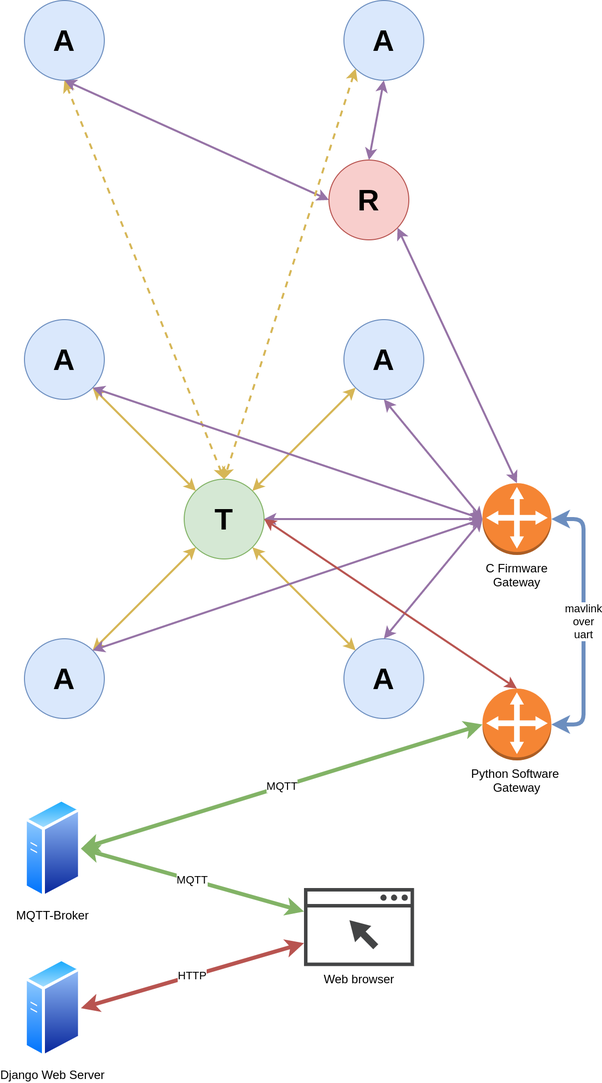
Above: reports/06_result/img/system_overview.png in tuannv-github/uwb-ips (draw.io), before the change. Source tidied: cells renumbered, new cells last; positions are measured from the earlier drawing's top-left corner, leaving out a move shared by most shapes.
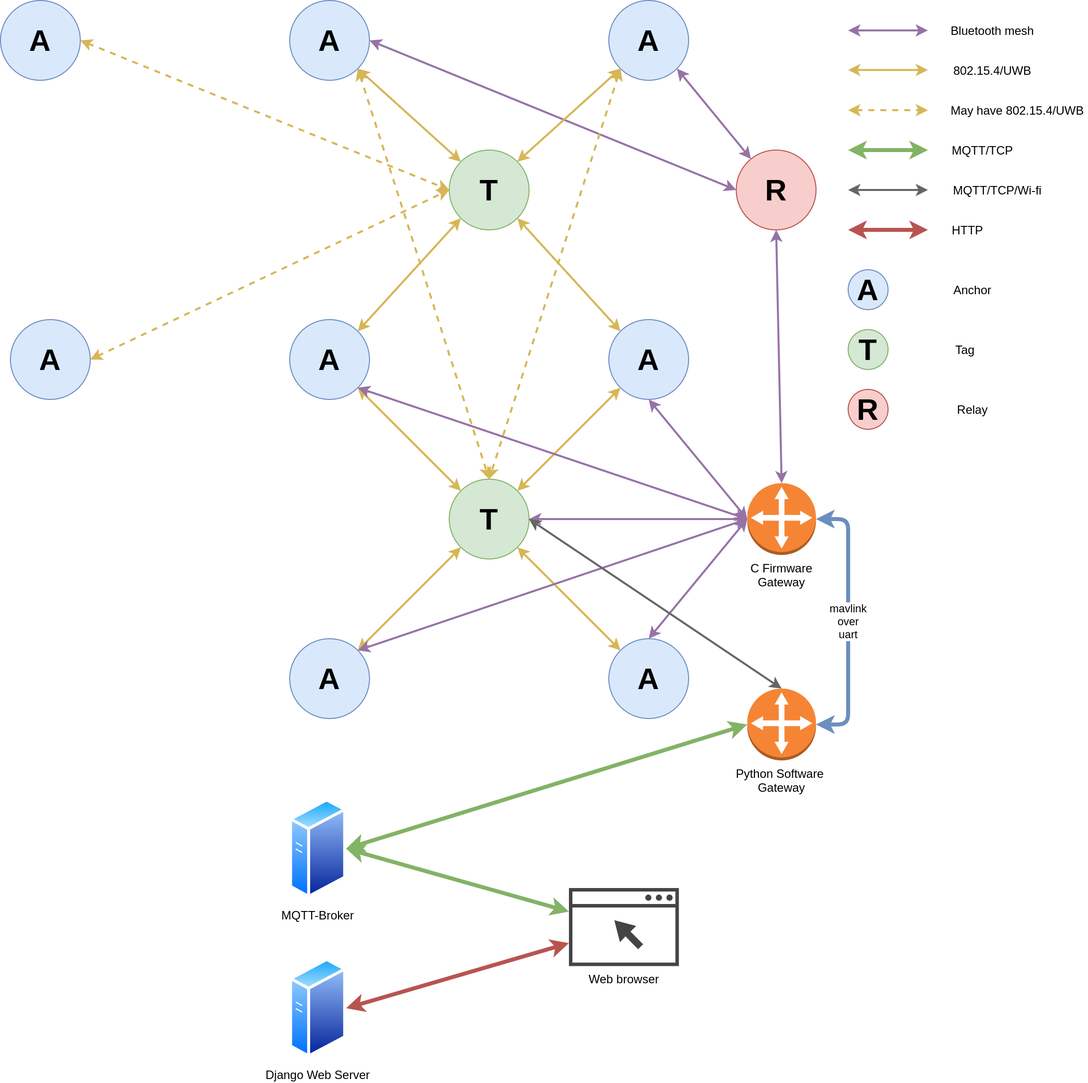
Above is the later version.

Diff of the diagram source:
```diff
@@ -22,16 +22,16 @@
     <mxCell id="6" value="&lt;span&gt;C Firmware&lt;/span&gt;&lt;br&gt;&lt;span&gt;Gateway&lt;/span&gt;" style="outlineConnect=0;dashed=0;verticalLabelPosition=bottom;verticalAlign=top;align=center;html=1;shape=mxgraph.aws3.customer_gateway;fillColor=#F58534;gradientColor=none;" parent="1" vertex="1">
       <mxGeometry x="458.8" y="484" width="69" height="72" as="geometry" />
     </mxCell>
-    <mxCell id="7" value="MQTT" style="endArrow=classic;startArrow=classic;html=1;entryX=1;entryY=0.5;entryDx=0;entryDy=0;fillColor=#d5e8d4;strokeColor=#82b366;strokeWidth=4;exitX=0;exitY=0.5;exitDx=0;exitDy=0;exitPerimeter=0;" parent="1" edge="1" source="4" target="3">
-      <mxGeometry relative="1" as="geometry" />
+    <mxCell id="7" style="endArrow=classic;startArrow=classic;html=1;entryX=1;entryY=0.5;entryDx=0;entryDy=0;fillColor=#d5e8d4;strokeColor=#82b366;strokeWidth=4;exitX=0;exitY=0.5;exitDx=0;exitDy=0;exitPerimeter=0;" parent="1" edge="1" source="4" target="3">
+      <mxGeometry x="-0.05" y="5" relative="1" as="geometry" />
     </mxCell>
     <mxCell id="8" value="Django Web Server" style="perimeter=ellipsePerimeter;html=1;align=center;shadow=0;dashed=0;spacingTop=3;image;image=img/lib/active_directory/generic_server.svg;" parent="1" vertex="1">
       <mxGeometry y="960" width="56.6" height="101" as="geometry" />
     </mxCell>
-    <mxCell id="9" value="HTTP" style="endArrow=classic;startArrow=classic;html=1;exitX=1;exitY=0.5;exitDx=0;exitDy=0;fillColor=#f8cecc;strokeColor=#b85450;strokeWidth=4;" parent="1" edge="1" source="8" target="5">
+    <mxCell id="9" style="endArrow=classic;startArrow=classic;html=1;exitX=1;exitY=0.5;exitDx=0;exitDy=0;fillColor=#f8cecc;strokeColor=#b85450;strokeWidth=4;" parent="1" edge="1" source="8" target="5">
       <mxGeometry relative="1" as="geometry" />
     </mxCell>
-    <mxCell id="10" value="MQTT" style="endArrow=classic;startArrow=classic;html=1;entryX=1;entryY=0.5;entryDx=0;entryDy=0;fillColor=#d5e8d4;strokeColor=#82b366;strokeWidth=4;" parent="1" edge="1" source="5" target="3">
+    <mxCell id="10" style="endArrow=classic;startArrow=classic;html=1;entryX=1;entryY=0.5;entryDx=0;entryDy=0;fillColor=#d5e8d4;strokeColor=#82b366;strokeWidth=4;" parent="1" edge="1" source="5" target="3">
       <mxGeometry relative="1" as="geometry" />
     </mxCell>
     <mxCell id="11" value="&lt;font style=&quot;font-size: 30px&quot;&gt;&lt;b&gt;A&lt;/b&gt;&lt;/font&gt;" style="ellipse;whiteSpace=wrap;html=1;fillColor=#dae8fc;strokeColor=#6c8ebf;" parent="1" vertex="1">
@@ -64,14 +64,14 @@
     <mxCell id="20" style="endArrow=classic;startArrow=classic;html=1;exitX=1;exitY=1;exitDx=0;exitDy=0;entryX=0;entryY=0;entryDx=0;entryDy=0;fillColor=#fff2cc;strokeColor=#d6b656;strokeWidth=2;" parent="1" edge="1" source="12" target="14">
       <mxGeometry relative="1" as="geometry" />
     </mxCell>
-    <mxCell id="21" style="endArrow=classic;startArrow=classic;html=1;exitX=0.5;exitY=1;exitDx=0;exitDy=0;entryX=0.5;entryY=0;entryDx=0;entryDy=0;fillColor=#fff2cc;strokeColor=#d6b656;strokeWidth=2;dashed=1;" parent="1" edge="1" source="16" target="12">
+    <mxCell id="21" style="endArrow=classic;startArrow=classic;html=1;exitX=1;exitY=1;exitDx=0;exitDy=0;entryX=0.5;entryY=0;entryDx=0;entryDy=0;fillColor=#fff2cc;strokeColor=#d6b656;strokeWidth=2;dashed=1;" parent="1" edge="1" source="16" target="12">
       <mxGeometry relative="1" as="geometry" />
     </mxCell>
     <mxCell id="22" value="&lt;font style=&quot;font-size: 30px&quot;&gt;&lt;b&gt;A&lt;/b&gt;&lt;/font&gt;" style="ellipse;whiteSpace=wrap;html=1;fillColor=#dae8fc;strokeColor=#6c8ebf;" parent="1" vertex="1">
       <mxGeometry x="320" width="80" height="80" as="geometry" />
     </mxCell>
     <mxCell id="23" value="&lt;font style=&quot;font-size: 30px&quot;&gt;&lt;b&gt;R&lt;/b&gt;&lt;/font&gt;" style="ellipse;whiteSpace=wrap;html=1;fillColor=#f8cecc;strokeColor=#b85450;" parent="1" vertex="1">
-      <mxGeometry x="305" y="160" width="80" height="80" as="geometry" />
+      <mxGeometry x="447.8" y="150" width="80" height="80" as="geometry" />
     </mxCell>
     <mxCell id="24" style="endArrow=classic;startArrow=classic;html=1;entryX=1;entryY=1;entryDx=0;entryDy=0;exitX=0;exitY=0.5;exitDx=0;exitDy=0;exitPerimeter=0;fillColor=#e1d5e7;strokeColor=#9673a6;strokeWidth=2;" parent="1" edge="1" source="6" target="11">
       <mxGeometry relative="1" as="geometry" />
@@ -88,20 +88,119 @@
     <mxCell id="28" style="endArrow=classic;startArrow=classic;html=1;entryX=0;entryY=0.5;entryDx=0;entryDy=0;fillColor=#e1d5e7;strokeColor=#9673a6;exitX=0.5;exitY=0;exitDx=0;exitDy=0;entryPerimeter=0;strokeWidth=2;" parent="1" edge="1" source="14" target="6">
       <mxGeometry relative="1" as="geometry" />
     </mxCell>
-    <mxCell id="29" style="endArrow=classic;startArrow=classic;html=1;entryX=1;entryY=1;entryDx=0;entryDy=0;fillColor=#e1d5e7;strokeColor=#9673a6;exitX=0.5;exitY=0;exitDx=0;exitDy=0;exitPerimeter=0;strokeWidth=2;" parent="1" edge="1" source="6" target="23">
+    <mxCell id="29" style="endArrow=classic;startArrow=classic;html=1;entryX=0.5;entryY=1;entryDx=0;entryDy=0;fillColor=#e1d5e7;strokeColor=#9673a6;exitX=0.5;exitY=0;exitDx=0;exitDy=0;exitPerimeter=0;strokeWidth=2;" parent="1" edge="1" source="6" target="23">
       <mxGeometry relative="1" as="geometry" />
     </mxCell>
-    <mxCell id="30" style="endArrow=classic;startArrow=classic;html=1;entryX=0.5;entryY=1;entryDx=0;entryDy=0;fillColor=#e1d5e7;strokeColor=#9673a6;exitX=0;exitY=0.5;exitDx=0;exitDy=0;strokeWidth=2;" parent="1" edge="1" source="23" target="16">
+    <mxCell id="30" style="endArrow=classic;startArrow=classic;html=1;entryX=1;entryY=0.5;entryDx=0;entryDy=0;fillColor=#e1d5e7;strokeColor=#9673a6;exitX=0;exitY=0.5;exitDx=0;exitDy=0;strokeWidth=2;" parent="1" edge="1" source="23" target="16">
       <mxGeometry relative="1" as="geometry" />
     </mxCell>
-    <mxCell id="31" style="endArrow=classic;startArrow=classic;html=1;entryX=0.5;entryY=1;entryDx=0;entryDy=0;fillColor=#e1d5e7;strokeColor=#9673a6;exitX=0.5;exitY=0;exitDx=0;exitDy=0;strokeWidth=2;" parent="1" edge="1" source="23" target="22">
+    <mxCell id="31" style="endArrow=classic;startArrow=classic;html=1;entryX=1;entryY=1;entryDx=0;entryDy=0;fillColor=#e1d5e7;strokeColor=#9673a6;strokeWidth=2;" parent="1" edge="1" source="23" target="22">
       <mxGeometry relative="1" as="geometry" />
     </mxCell>
     <mxCell id="32" style="endArrow=classic;startArrow=classic;html=1;exitX=0;exitY=1;exitDx=0;exitDy=0;fillColor=#fff2cc;strokeColor=#d6b656;entryX=0.5;entryY=0;entryDx=0;entryDy=0;strokeWidth=2;dashed=1;" parent="1" edge="1" source="22" target="12">
       <mxGeometry relative="1" as="geometry" />
     </mxCell>
-    <mxCell id="33" style="endArrow=classic;startArrow=classic;html=1;strokeWidth=2;exitX=0.5;exitY=0;exitDx=0;exitDy=0;exitPerimeter=0;entryX=1;entryY=0.5;entryDx=0;entryDy=0;fillColor=#f8cecc;strokeColor=#b85450;" parent="1" edge="1" source="4" target="12">
+    <mxCell id="33" style="endArrow=classic;startArrow=classic;html=1;strokeWidth=2;exitX=0.5;exitY=0;exitDx=0;exitDy=0;exitPerimeter=0;entryX=1;entryY=0.5;entryDx=0;entryDy=0;fillColor=#f5f5f5;strokeColor=#666666;" parent="1" edge="1" source="4" target="12">
       <mxGeometry relative="1" as="geometry" />
     </mxCell>
+    <mxCell id="34" value="&lt;font style=&quot;font-size: 30px&quot;&gt;&lt;b&gt;T&lt;/b&gt;&lt;/font&gt;" style="ellipse;whiteSpace=wrap;html=1;fillColor=#d5e8d4;strokeColor=#82b366;" parent="1" vertex="1">
+      <mxGeometry x="160" y="150" width="80" height="80" as="geometry" />
+    </mxCell>
+    <mxCell id="35" style="endArrow=classic;startArrow=classic;html=1;exitX=1;exitY=1;exitDx=0;exitDy=0;fillColor=#fff2cc;strokeColor=#d6b656;strokeWidth=2;entryX=0;entryY=0;entryDx=0;entryDy=0;" parent="1" edge="1" source="16" target="34">
+      <mxGeometry relative="1" as="geometry" />
+    </mxCell>
+    <mxCell id="36" style="endArrow=classic;startArrow=classic;html=1;exitX=0;exitY=1;exitDx=0;exitDy=0;fillColor=#fff2cc;strokeColor=#d6b656;strokeWidth=2;entryX=1;entryY=0;entryDx=0;entryDy=0;" parent="1" edge="1" source="22" target="34">
+      <mxGeometry relative="1" as="geometry" />
+    </mxCell>
+    <mxCell id="37" style="endArrow=classic;startArrow=classic;html=1;exitX=1;exitY=0;exitDx=0;exitDy=0;fillColor=#fff2cc;strokeColor=#d6b656;strokeWidth=2;entryX=0;entryY=1;entryDx=0;entryDy=0;" parent="1" edge="1" source="11" target="34">
+      <mxGeometry relative="1" as="geometry" />
+    </mxCell>
+    <mxCell id="38" style="endArrow=classic;startArrow=classic;html=1;exitX=0;exitY=0;exitDx=0;exitDy=0;fillColor=#fff2cc;strokeColor=#d6b656;strokeWidth=2;entryX=1;entryY=1;entryDx=0;entryDy=0;" parent="1" edge="1" source="15" target="34">
+      <mxGeometry relative="1" as="geometry" />
+    </mxCell>
+    <mxCell id="39" style="endArrow=classic;startArrow=classic;html=1;fillColor=#e1d5e7;strokeColor=#9673a6;strokeWidth=2;" parent="1" edge="1">
+      <mxGeometry relative="1" as="geometry">
+        <mxPoint x="640" y="30" as="sourcePoint" />
+        <mxPoint x="560" y="30" as="targetPoint" />
+      </mxGeometry>
+    </mxCell>
+    <mxCell id="40" value="Bluetooth mesh" style="text;html=1;strokeColor=none;fillColor=none;align=center;verticalAlign=middle;whiteSpace=wrap;rounded=0;" parent="1" vertex="1">
+      <mxGeometry x="660" y="20" width="90" height="20" as="geometry" />
+    </mxCell>
+    <mxCell id="41" value="802.15.4/UWB" style="text;html=1;strokeColor=none;fillColor=none;align=center;verticalAlign=middle;whiteSpace=wrap;rounded=0;" parent="1" vertex="1">
+      <mxGeometry x="660" y="60" width="90" height="20" as="geometry" />
+    </mxCell>
+    <mxCell id="42" style="endArrow=classic;startArrow=classic;html=1;fillColor=#fff2cc;strokeColor=#d6b656;strokeWidth=2;" parent="1" edge="1">
+      <mxGeometry relative="1" as="geometry">
+        <mxPoint x="640" y="69.7" as="sourcePoint" />
+        <mxPoint x="560" y="69.7" as="targetPoint" />
+      </mxGeometry>
+    </mxCell>
+    <mxCell id="43" style="endArrow=classic;startArrow=classic;html=1;fillColor=#d5e8d4;strokeColor=#82b366;strokeWidth=4;" parent="1" edge="1">
+      <mxGeometry relative="1" as="geometry">
+        <mxPoint x="640" y="150" as="sourcePoint" />
+        <mxPoint x="560" y="150" as="targetPoint" />
+      </mxGeometry>
+    </mxCell>
+    <mxCell id="44" value="MQTT/TCP" style="text;html=1;strokeColor=none;fillColor=none;align=center;verticalAlign=middle;whiteSpace=wrap;rounded=0;" parent="1" vertex="1">
+      <mxGeometry x="660" y="140" width="70" height="20" as="geometry" />
+    </mxCell>
+    <mxCell id="45" style="endArrow=classic;startArrow=classic;html=1;strokeWidth=2;fillColor=#f5f5f5;strokeColor=#666666;" parent="1" edge="1">
+      <mxGeometry relative="1" as="geometry">
+        <mxPoint x="640" y="190" as="sourcePoint" />
+        <mxPoint x="560" y="190" as="targetPoint" />
+      </mxGeometry>
+    </mxCell>
+    <mxCell id="46" value="MQTT/TCP/Wi-fi" style="text;html=1;strokeColor=none;fillColor=none;align=center;verticalAlign=middle;whiteSpace=wrap;rounded=0;" parent="1" vertex="1">
+      <mxGeometry x="660" y="180" width="100" height="20" as="geometry" />
+    </mxCell>
+    <mxCell id="47" style="endArrow=classic;startArrow=classic;html=1;fillColor=#fff2cc;strokeColor=#d6b656;strokeWidth=2;dashed=1;" parent="1" edge="1">
+      <mxGeometry relative="1" as="geometry">
+        <mxPoint x="560" y="110" as="sourcePoint" />
+        <mxPoint x="640" y="110" as="targetPoint" />
+      </mxGeometry>
+    </mxCell>
+    <mxCell id="48" value="May have 802.15.4/UWB" style="text;html=1;strokeColor=none;fillColor=none;align=center;verticalAlign=middle;whiteSpace=wrap;rounded=0;" parent="1" vertex="1">
+      <mxGeometry x="660" y="100" width="140" height="20" as="geometry" />
+    </mxCell>
+    <mxCell id="49" style="endArrow=classic;startArrow=classic;html=1;fillColor=#f8cecc;strokeColor=#b85450;strokeWidth=4;" parent="1" edge="1">
+      <mxGeometry relative="1" as="geometry">
+        <mxPoint x="640" y="230" as="sourcePoint" />
+        <mxPoint x="560" y="230" as="targetPoint" />
+      </mxGeometry>
+    </mxCell>
+    <mxCell id="50" value="HTTP" style="text;html=1;strokeColor=none;fillColor=none;align=center;verticalAlign=middle;whiteSpace=wrap;rounded=0;" parent="1" vertex="1">
+      <mxGeometry x="660" y="220" width="40" height="20" as="geometry" />
+    </mxCell>
+    <mxCell id="51" value="&lt;font style=&quot;font-size: 30px&quot;&gt;&lt;b&gt;A&lt;/b&gt;&lt;/font&gt;" style="ellipse;whiteSpace=wrap;html=1;fillColor=#dae8fc;strokeColor=#6c8ebf;" parent="1" vertex="1">
+      <mxGeometry x="560" y="270" width="40" height="40" as="geometry" />
+    </mxCell>
+    <mxCell id="52" value="Anchor" style="text;html=1;strokeColor=none;fillColor=none;align=center;verticalAlign=middle;whiteSpace=wrap;rounded=0;" parent="1" vertex="1">
+      <mxGeometry x="660" y="280" width="50" height="20" as="geometry" />
+    </mxCell>
+    <mxCell id="53" value="&lt;font style=&quot;font-size: 30px&quot;&gt;&lt;b&gt;T&lt;/b&gt;&lt;/font&gt;" style="ellipse;whiteSpace=wrap;html=1;fillColor=#d5e8d4;strokeColor=#82b366;" parent="1" vertex="1">
+      <mxGeometry x="560" y="330" width="40" height="40" as="geometry" />
+    </mxCell>
+    <mxCell id="54" value="Tag" style="text;html=1;strokeColor=none;fillColor=none;align=center;verticalAlign=middle;whiteSpace=wrap;rounded=0;" parent="1" vertex="1">
+      <mxGeometry x="660" y="340" width="35" height="20" as="geometry" />
+    </mxCell>
+    <mxCell id="55" value="&lt;font style=&quot;font-size: 30px&quot;&gt;&lt;b&gt;R&lt;/b&gt;&lt;/font&gt;" style="ellipse;whiteSpace=wrap;html=1;fillColor=#f8cecc;strokeColor=#b85450;direction=south;" parent="1" vertex="1">
+      <mxGeometry x="560" y="390" width="40" height="40" as="geometry" />
+    </mxCell>
+    <mxCell id="56" value="Relay" style="text;html=1;strokeColor=none;fillColor=none;align=center;verticalAlign=middle;whiteSpace=wrap;rounded=0;" parent="1" vertex="1">
+      <mxGeometry x="660" y="400" width="50" height="20" as="geometry" />
+    </mxCell>
+    <mxCell id="57" value="&lt;font style=&quot;font-size: 30px&quot;&gt;&lt;b&gt;A&lt;/b&gt;&lt;/font&gt;" style="ellipse;whiteSpace=wrap;html=1;fillColor=#dae8fc;strokeColor=#6c8ebf;" parent="1" vertex="1">
+      <mxGeometry x="-280" y="320" width="80" height="80" as="geometry" />
+    </mxCell>
+    <mxCell id="58" value="&lt;font style=&quot;font-size: 30px&quot;&gt;&lt;b&gt;A&lt;/b&gt;&lt;/font&gt;" style="ellipse;whiteSpace=wrap;html=1;fillColor=#dae8fc;strokeColor=#6c8ebf;" parent="1" vertex="1">
+      <mxGeometry x="-290" width="80" height="80" as="geometry" />
+    </mxCell>
+    <mxCell id="59" style="endArrow=classic;startArrow=classic;html=1;exitX=1;exitY=0.5;exitDx=0;exitDy=0;entryX=0;entryY=0.5;entryDx=0;entryDy=0;fillColor=#fff2cc;strokeColor=#d6b656;strokeWidth=2;dashed=1;" parent="1" edge="1" source="57" target="34">
+      <mxGeometry relative="1" as="geometry" />
+    </mxCell>
+    <mxCell id="60" style="endArrow=classic;startArrow=classic;html=1;exitX=1;exitY=0.5;exitDx=0;exitDy=0;entryX=0;entryY=0.5;entryDx=0;entryDy=0;fillColor=#fff2cc;strokeColor=#d6b656;strokeWidth=2;dashed=1;" parent="1" edge="1" source="58" target="34">
+      <mxGeometry relative="1" as="geometry" />
+    </mxCell>
   </root>
 </mxGraphModel>
```
